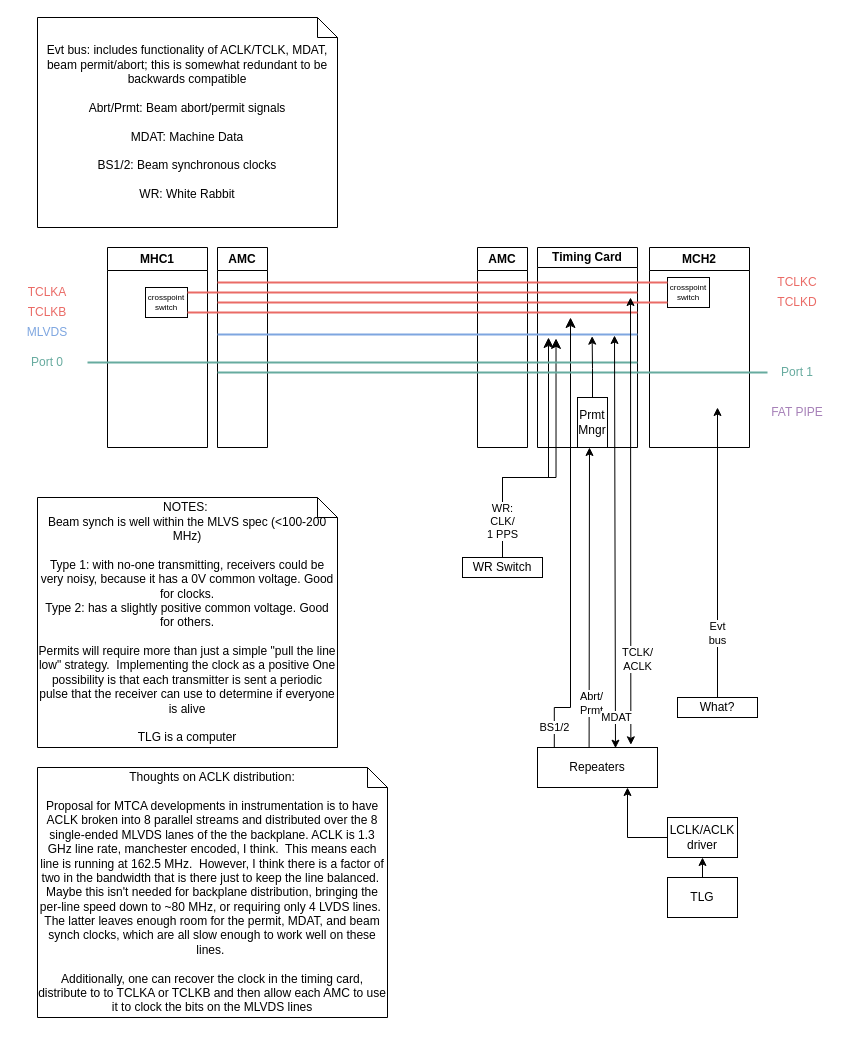
This is ACORN_DAC_timing.drawio from awhitbeck/drawio, a draw.io file, before an edit. Source tidied: cells renumbered, new cells numbered last; positions are measured from the earlier drawing's top-left corner, leaving out a move shared by most shapes. Both pictures are drawn from the tidied source at 100%, with x=0, y=0 at pixel (17, 17).
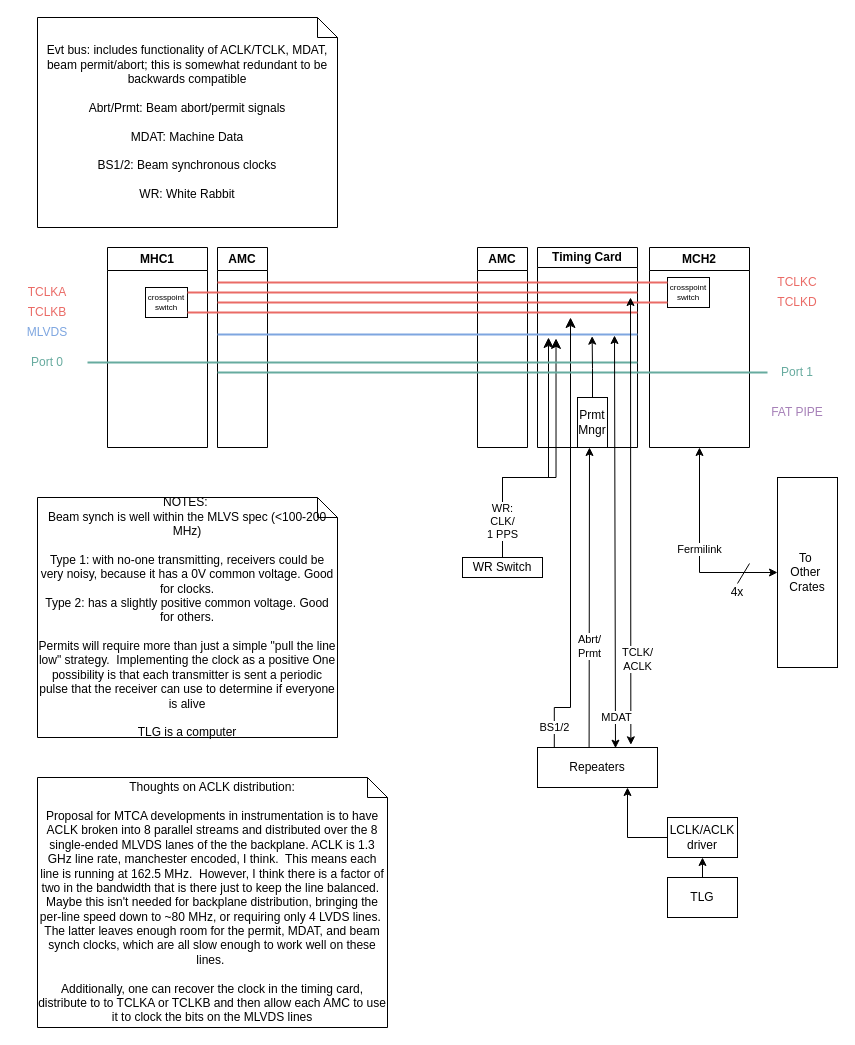
The same page after the edit.

The change refers to these unchanged cells:
```xml
<mxCell id="2" value="MCH2" style="swimlane;whiteSpace=wrap;html=1;" parent="1" vertex="1">
  <mxGeometry x="632" y="230" width="100" height="200" as="geometry" />
</mxCell>
<mxCell id="32" value="Repeaters" style="rounded=0;whiteSpace=wrap;html=1;points=[[0,0,0,0,0],[0,0.25,0,0,0],[0,0.5,0,0,0],[0,0.75,0,0,0],[0,1,0,0,0],[0.14,0,0,0,0],[0.25,1,0,0,0],[0.29,0,0,0,0],[0.43,0,0,0,0],[0.5,1,0,0,0],[0.57,0,0,0,0],[0.71,0,0,0,0],[0.75,1,0,0,0],[0.86,0,0,0,0],[1,0,0,0,0],[1,0.25,0,0,0],[1,0.5,0,0,0],[1,0.75,0,0,0],[1,1,0,0,0]];" parent="1" vertex="1">
  <mxGeometry x="520" y="730" width="120" height="40" as="geometry" />
</mxCell>
```

What changed in the source:
```diff
@@
     <mxCell id="21" value="Abrt/&lt;br&gt;Prmt" style="endArrow=classic;html=1;rounded=0;exitX=0.43;exitY=0;exitDx=0;exitDy=0;exitPerimeter=0;" parent="1" edge="1" source="32">
-      <mxGeometry x="-0.71" y="-2" relative="1" as="geometry">
+      <mxGeometry x="-0.33" relative="1" as="geometry">
         <mxPoint x="572" y="430" as="targetPoint" />
       </mxGeometry>
     </mxCell>
@@
-    <mxCell id="33" value="What?" style="rounded=0;whiteSpace=wrap;html=1;" parent="1" vertex="1">
-      <mxGeometry x="660" y="680" width="80" height="20" as="geometry" />
-    </mxCell>
     <mxCell id="34" value="NOTES:&amp;nbsp;&lt;br&gt;Beam synch is well within the MLVS spec (&amp;lt;100-200 MHz)&lt;br&gt;&lt;br&gt;Type 1: with no-one transmitting, receivers could be very noisy, because it has a 0V common voltage. Good for clocks.&lt;br&gt;Type 2: has a slightly positive common voltage. Good for others.&lt;br&gt;&lt;br&gt;Permits will require more than just a simple &quot;pull the line low&quot; strategy.&amp;nbsp; Implementing the clock as a positive One possibility is that each transmitter is sent a periodic pulse that the receiver can use to determine if everyone is alive&lt;br&gt;&lt;br&gt;TLG is a computer" style="shape=note;size=20;whiteSpace=wrap;html=1;" parent="1" vertex="1">
-      <mxGeometry x="20" y="480" width="300" height="250" as="geometry" />
+      <mxGeometry x="20" y="480" width="300" height="240" as="geometry" />
     </mxCell>
-    <mxCell id="35" value="Evt&lt;br&gt;bus" style="endArrow=classic;html=1;rounded=0;exitX=0.5;exitY=0;exitDx=0;exitDy=0;" parent="1" edge="1" source="33">
-      <mxGeometry x="-0.56" relative="1" as="geometry">
-        <mxPoint x="700" y="390" as="targetPoint" />
-      </mxGeometry>
-    </mxCell>
@@
     <mxCell id="41" value="Thoughts on ACLK distribution:&lt;br&gt;&lt;div&gt;&lt;br&gt;&lt;/div&gt;&lt;div&gt;Proposal for MTCA developments in instrumentation is to have ACLK broken into 8 parallel streams and distributed over the 8 single-ended MLVDS lanes of the the backplane. ACLK is 1.3 GHz line rate, manchester encoded, I think.&amp;nbsp; This means each line is running at 162.5 MHz.&amp;nbsp; However, I think there is a factor of two in the bandwidth that is there just to keep the line balanced.&amp;nbsp; Maybe this isn't needed for backplane distribution, bringing the per-line speed down to ~80 MHz, or requiring only 4 LVDS lines.&amp;nbsp; The latter leaves enough room for the permit, MDAT, and beam synch clocks, which are all slow enough to work well on these lines.&amp;nbsp;&lt;br&gt;&lt;br&gt;Additionally, one can recover the clock in the timing card, distribute to to TCLKA or TCLKB and then allow each AMC to use it to clock the bits on the MLVDS lines&lt;/div&gt;" style="shape=note;size=20;whiteSpace=wrap;html=1;" parent="1" vertex="1">
-      <mxGeometry x="20" y="750" width="350" height="250" as="geometry" />
+      <mxGeometry x="20" y="760" width="350" height="250" as="geometry" />
     </mxCell>
@@
+    <mxCell id="43" value="To&amp;nbsp;&lt;br&gt;Other&amp;nbsp;&lt;br&gt;Crates" style="rounded=0;whiteSpace=wrap;html=1;points=[[0,0,0,0,0],[0,0.25,0,0,0],[0,0.5,0,0,0],[0,0.75,0,0,0],[0,1,0,0,0],[0.14,0,0,0,0],[0.25,1,0,0,0],[0.29,0,0,0,0],[0.43,0,0,0,0],[0.5,1,0,0,0],[0.57,0,0,0,0],[0.71,0,0,0,0],[0.75,1,0,0,0],[0.86,0,0,0,0],[1,0,0,0,0],[1,0.25,0,0,0],[1,0.5,0,0,0],[1,0.75,0,0,0],[1,1,0,0,0]];" parent="1" vertex="1">
+      <mxGeometry x="760" y="460" width="60" height="190" as="geometry" />
+    </mxCell>
+    <mxCell id="44" value="Fermilink" style="edgeStyle=orthogonalEdgeStyle;rounded=0;jettySize=auto;html=1;exitX=0.5;exitY=1;exitDx=0;exitDy=0;entryX=0;entryY=0.5;entryDx=0;entryDy=0;entryPerimeter=0;startArrow=classic;startFill=1;" parent="1" edge="1" source="2" target="43">
+      <mxGeometry relative="1" as="geometry" />
+    </mxCell>
+    <mxCell id="45" style="endArrow=none;html=1;rounded=0;" parent="1" edge="1">
+      <mxGeometry relative="1" as="geometry">
+        <mxPoint x="720" y="566" as="sourcePoint" />
+        <mxPoint x="732" y="546" as="targetPoint" />
+      </mxGeometry>
+    </mxCell>
+    <mxCell id="46" value="4x" style="text;html=1;align=center;verticalAlign=middle;whiteSpace=wrap;rounded=0;" parent="1" vertex="1">
+      <mxGeometry x="690" y="560" width="60" height="30" as="geometry" />
+    </mxCell>
```
